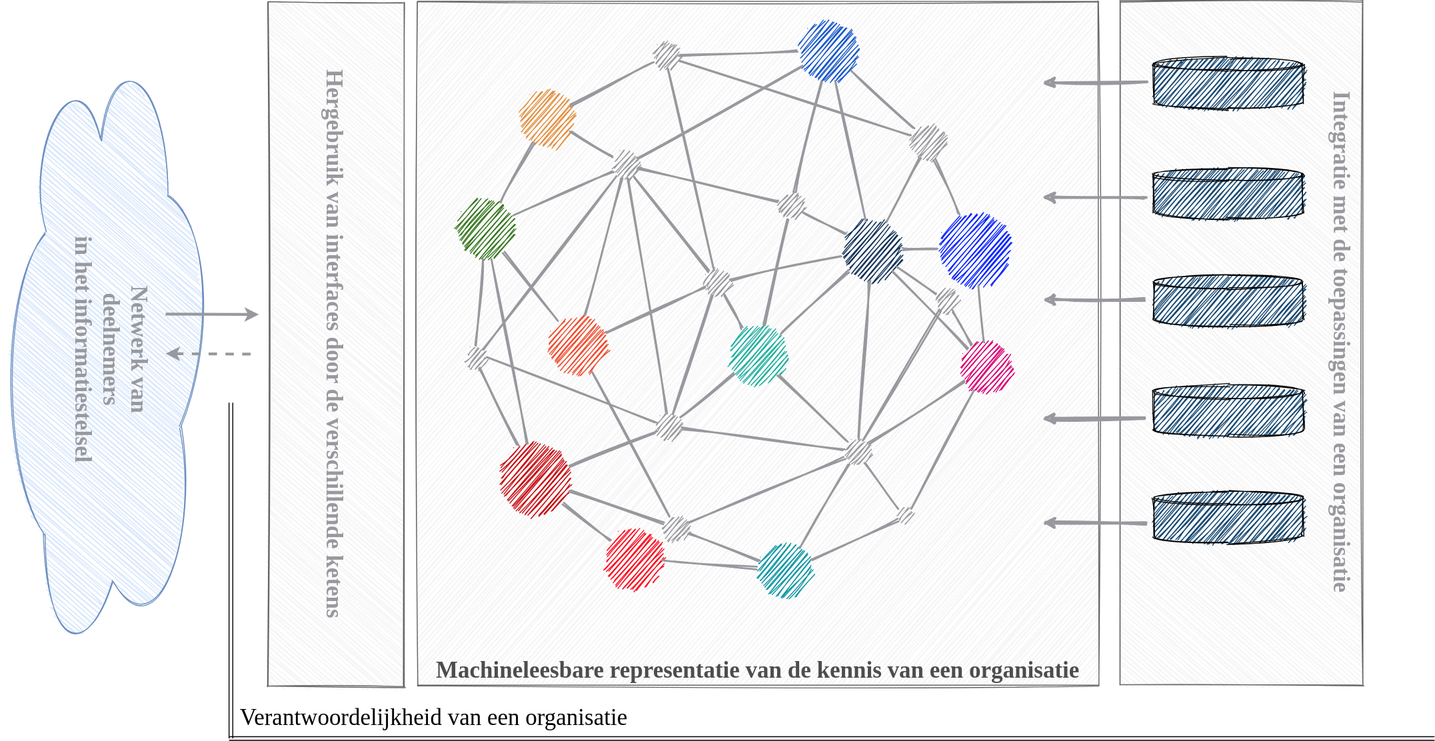
dizra/docs keeps this draw.io diagram as .gitbook/assets/motivation/datastation.svg. Above is the earlier version. Source tidied: cells renumbered, new cells last; positions are measured from the earlier drawing's top-left corner, leaving out a move shared by most shapes.
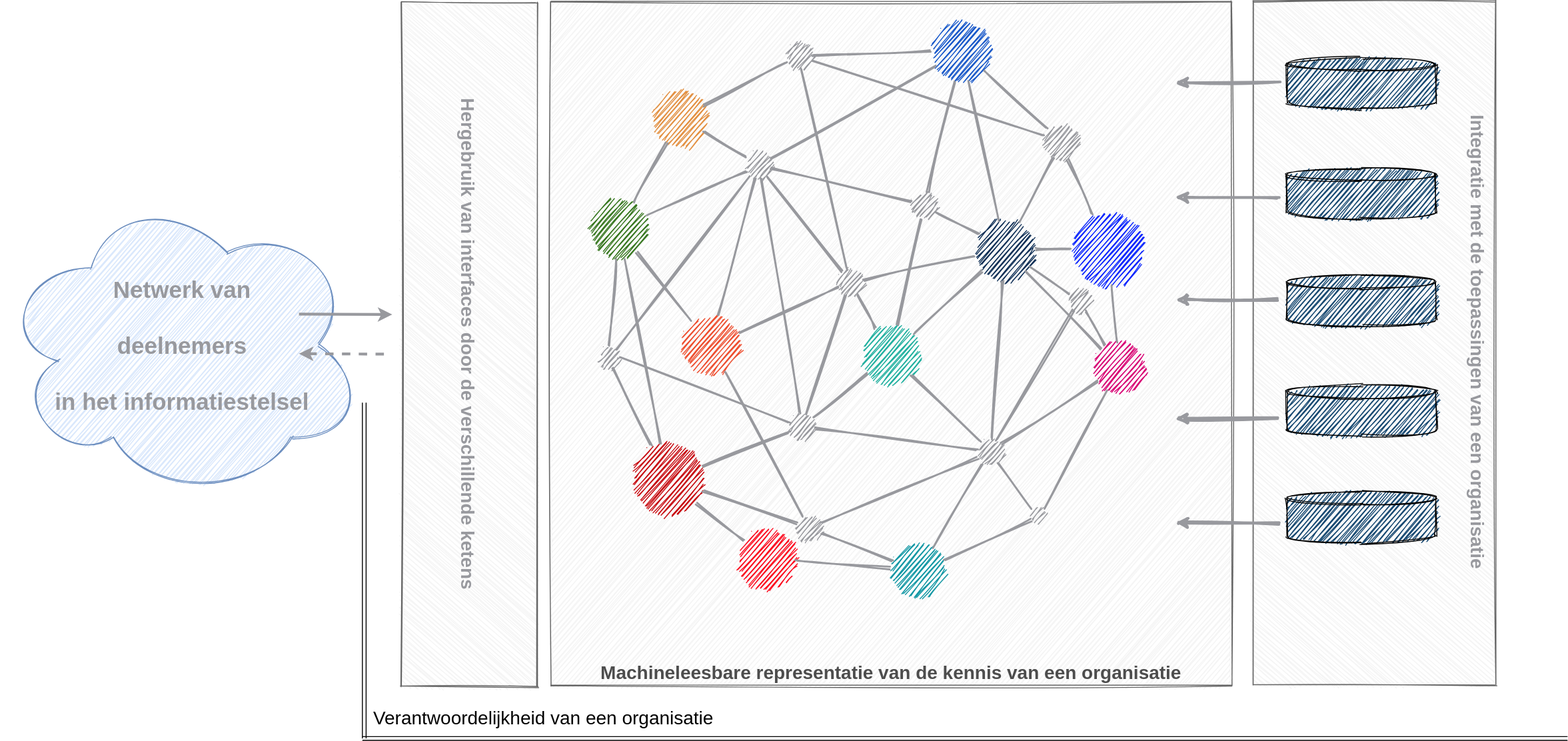
The same file after the commit.

Change to the diagram source:
```diff
@@ -2,10 +2,10 @@
   <root>
     <mxCell id="0" />
     <mxCell id="1" parent="0" />
-    <mxCell id="2" value="Netwerk van &lt;br&gt;deelnemers &lt;br&gt;in het informatiestelsel" style="ellipse;shape=cloud;whiteSpace=wrap;html=1;fillColor=#dae8fc;strokeColor=#6c8ebf;verticalAlign=middle;fontSize=25;sketch=1;rotation=90;fontStyle=1;fontColor=#98999E;fontFamily=Amatic SC;fontSource=https%3A%2F%2Ffonts.googleapis.com%2Fcss%3Ffamily%3DAmatic%2BSC;" parent="1" vertex="1">
-      <mxGeometry x="-0.2" y="253.2" width="660" height="239.5" as="geometry" />
+    <mxCell id="2" value="Netwerk van&lt;br&gt;&amp;nbsp;&amp;nbsp;&lt;br&gt;deelnemers&lt;br&gt;&amp;nbsp;&amp;nbsp;&lt;br&gt;in het informatiestelsel" style="ellipse;shape=cloud;whiteSpace=wrap;html=1;fillColor=#dae8fc;strokeColor=#6c8ebf;verticalAlign=middle;fontSize=25;sketch=1;rotation=0;fontStyle=1;fontColor=#98999E;fontFamily=Helvetica;" parent="1" vertex="1">
+      <mxGeometry x="67" y="203" width="390" height="330" as="geometry" />
     </mxCell>
-    <mxCell id="3" value="Machineleesbare representatie van de kennis van een organisatie" style="rounded=0;whiteSpace=wrap;html=1;fillColor=#f5f5f5;strokeColor=#666666;verticalAlign=bottom;fontSize=25;fontStyle=1;sketch=1;fontFamily=Amatic SC;fontSource=https%3A%2F%2Ffonts.googleapis.com%2Fcss%3Ffamily%3DAmatic%2BSC;fontColor=#4D4D4D;" parent="1" vertex="1">
+    <mxCell id="3" value="Machineleesbare representatie van de kennis van een organisatie" style="rounded=0;whiteSpace=wrap;html=1;fillColor=#f5f5f5;strokeColor=#666666;verticalAlign=bottom;fontSize=20;fontStyle=1;sketch=1;fontFamily=Helvetica;fontColor=#4D4D4D;" parent="1" vertex="1">
       <mxGeometry x="657" width="730" height="733.5" as="geometry" />
     </mxCell>
     <mxCell id="4" style="ellipse;whiteSpace=wrap;html=1;strokeColor=none;fillColor=#EE4E2F;sketch=1;" parent="1" vertex="1">
@@ -227,10 +227,10 @@
     <mxCell id="76" style="endArrow=none;html=1;strokeColor=#98999E;strokeWidth=2;sketch=1;" parent="1" edge="1" source="9" target="23">
       <mxGeometry relative="1" as="geometry" />
     </mxCell>
-    <mxCell id="77" value="Integratie met de toepassingen van een organisatie" style="rounded=0;whiteSpace=wrap;html=1;fillColor=#f5f5f5;strokeColor=#666666;rotation=90;fontSize=25;fontStyle=1;verticalAlign=top;sketch=1;fontColor=#98999E;fontFamily=Amatic SC;fontSource=https%3A%2F%2Ffonts.googleapis.com%2Fcss%3Ffamily%3DAmatic%2BSC;" parent="1" vertex="1">
+    <mxCell id="77" value="Integratie met de toepassingen van een organisatie" style="rounded=0;whiteSpace=wrap;html=1;fillColor=#f5f5f5;strokeColor=#666666;rotation=90;fontSize=20;fontStyle=1;verticalAlign=top;sketch=1;fontColor=#98999E;fontFamily=Helvetica;" parent="1" vertex="1">
       <mxGeometry x="1173.4" y="235.6" width="733" height="260.1" as="geometry" />
     </mxCell>
-    <mxCell id="78" value="Hergebruik van interfaces door de verschillende ketens" style="rounded=0;whiteSpace=wrap;html=1;fillColor=#f5f5f5;strokeColor=#666666;fontSize=25;rotation=90;fontStyle=1;sketch=1;fontColor=#98999E;fontFamily=Amatic SC;fontSource=https%3A%2F%2Ffonts.googleapis.com%2Fcss%3Ffamily%3DAmatic%2BSC;" parent="1" vertex="1">
+    <mxCell id="78" value="Hergebruik van interfaces door de verschillende ketens" style="rounded=0;whiteSpace=wrap;html=1;fillColor=#f5f5f5;strokeColor=#666666;fontSize=20;rotation=90;fontStyle=1;sketch=1;fontColor=#98999E;fontFamily=Helvetica;" parent="1" vertex="1">
       <mxGeometry x="203.1" y="294.8" width="733.4" height="145.5" as="geometry" />
     </mxCell>
     <mxCell id="79" style="shape=cylinder3;whiteSpace=wrap;html=1;boundedLbl=1;backgroundOutline=1;size=7.285714285714292;fontSize=25;fillColor=#164871;sketch=1;" parent="1" vertex="1">
@@ -305,7 +305,7 @@
         <mxPoint x="455" y="790" as="targetPoint" />
       </mxGeometry>
     </mxCell>
-    <mxCell id="94" value="Verantwoordelijkheid van een organisatie" style="text;html=1;strokeColor=none;fillColor=none;align=left;verticalAlign=middle;whiteSpace=wrap;rounded=0;fontSize=25;fontFamily=Amatic SC;fontSource=https%3A%2F%2Ffonts.googleapis.com%2Fcss%3Ffamily%3DAmatic%2BSC;" parent="1" vertex="1">
+    <mxCell id="94" value="Verantwoordelijkheid van een organisatie" style="text;html=1;strokeColor=none;fillColor=none;align=left;verticalAlign=middle;whiteSpace=wrap;rounded=0;fontSize=20;fontFamily=Helvetica;" parent="1" vertex="1">
       <mxGeometry x="465" y="757" width="530" height="20" as="geometry" />
     </mxCell>
   </root>
```
